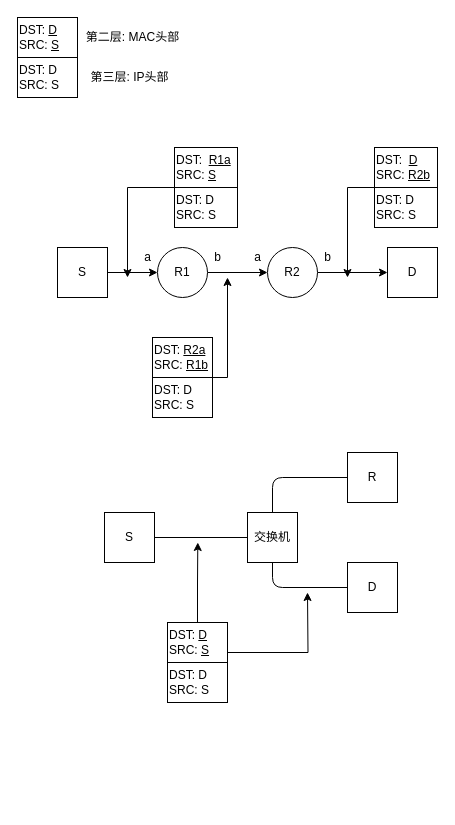
The draw.io diagram Untitled Diagram.drawio in ZhaoLeBoy/my_pics, before the edit. Source tidied: cells renumbered, new cells numbered last; positions are measured from the earlier drawing's top-left corner, leaving out a move shared by most shapes. Both pictures are drawn from the tidied source at 100%, with x=0, y=0 at pixel (17, 17).
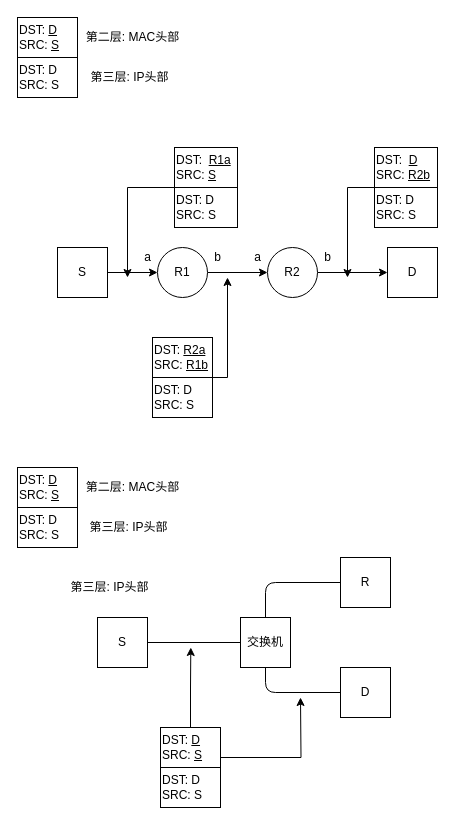
After the change.

What changed in the source:
```diff
@@
     <mxCell id="26" value="S" style="whiteSpace=wrap;html=1;" parent="1" vertex="1">
-      <mxGeometry x="87" y="495" width="50" height="50" as="geometry" />
+      <mxGeometry x="80" y="600" width="50" height="50" as="geometry" />
     </mxCell>
     <mxCell id="27" value="D" style="whiteSpace=wrap;html=1;" parent="1" vertex="1">
-      <mxGeometry x="330" y="545" width="50" height="50" as="geometry" />
+      <mxGeometry x="323" y="650" width="50" height="50" as="geometry" />
     </mxCell>
     <mxCell id="28" value="交换机" style="whiteSpace=wrap;html=1;" parent="1" vertex="1">
-      <mxGeometry x="230" y="495" width="50" height="50" as="geometry" />
+      <mxGeometry x="223" y="600" width="50" height="50" as="geometry" />
     </mxCell>
     <mxCell id="29" value="R" style="whiteSpace=wrap;html=1;" parent="1" vertex="1">
-      <mxGeometry x="330" y="435" width="50" height="50" as="geometry" />
+      <mxGeometry x="323" y="540" width="50" height="50" as="geometry" />
     </mxCell>
     <mxCell id="30" style="edgeStyle=orthogonalEdgeStyle;rounded=0;jettySize=auto;html=1;exitX=0.5;exitY=0;exitDx=0;exitDy=0;" parent="1" edge="1" source="32">
       <mxGeometry relative="1" as="geometry">
-        <mxPoint x="180.3" y="525" as="targetPoint" />
+        <mxPoint x="173.3" y="630" as="targetPoint" />
       </mxGeometry>
     </mxCell>
     <mxCell id="31" style="edgeStyle=orthogonalEdgeStyle;rounded=0;jettySize=auto;html=1;exitX=1;exitY=0.75;exitDx=0;exitDy=0;" parent="1" edge="1" source="32">
       <mxGeometry relative="1" as="geometry">
-        <mxPoint x="290" y="575" as="targetPoint" />
+        <mxPoint x="283" y="680" as="targetPoint" />
       </mxGeometry>
     </mxCell>
     <mxCell id="32" value="DST: &lt;u&gt;D&lt;/u&gt;&lt;br&gt;SRC: &lt;u&gt;S&lt;/u&gt;" style="rounded=0;whiteSpace=wrap;html=1;align=left;" parent="1" vertex="1">
-      <mxGeometry x="150" y="605" width="60" height="40" as="geometry" />
+      <mxGeometry x="143" y="710" width="60" height="40" as="geometry" />
     </mxCell>
     <mxCell id="33" value="DST: D&lt;br&gt;SRC: S" style="rounded=0;whiteSpace=wrap;html=1;align=left;" parent="1" vertex="1">
-      <mxGeometry x="150" y="645" width="60" height="40" as="geometry" />
+      <mxGeometry x="143" y="750" width="60" height="40" as="geometry" />
     </mxCell>
@@
     <mxCell id="35" style="endArrow=none;html=1;exitX=0.5;exitY=0;exitDx=0;exitDy=0;entryX=0;entryY=0.5;entryDx=0;entryDy=0;" parent="1" edge="1" source="28" target="29">
       <mxGeometry relative="1" as="geometry">
         <Array as="points">
-          <mxPoint x="255" y="460" />
+          <mxPoint x="248" y="565" />
         </Array>
       </mxGeometry>
     </mxCell>
     <mxCell id="36" style="endArrow=none;html=1;exitX=0.5;exitY=1;exitDx=0;exitDy=0;entryX=0;entryY=0.5;entryDx=0;entryDy=0;" parent="1" edge="1" source="28" target="27">
       <mxGeometry relative="1" as="geometry">
         <Array as="points">
-          <mxPoint x="255" y="570" />
+          <mxPoint x="248" y="675" />
         </Array>
       </mxGeometry>
     </mxCell>
+    <mxCell id="37" value="DST: &lt;u&gt;D&lt;/u&gt;&lt;br&gt;SRC: &lt;u&gt;S&lt;/u&gt;" style="rounded=0;whiteSpace=wrap;html=1;align=left;" parent="1" vertex="1">
+      <mxGeometry y="450" width="60" height="40" as="geometry" />
+    </mxCell>
+    <mxCell id="38" value="DST: D&lt;br&gt;SRC: S" style="rounded=0;whiteSpace=wrap;html=1;align=left;" parent="1" vertex="1">
+      <mxGeometry y="490" width="60" height="40" as="geometry" />
+    </mxCell>
+    <mxCell id="39" value="第二层: MAC头部" style="text;html=1;align=center;verticalAlign=middle;" parent="1" vertex="1">
+      <mxGeometry x="60" y="460" width="110" height="20" as="geometry" />
+    </mxCell>
+    <mxCell id="40" value="第三层: IP头部" style="text;html=1;align=center;verticalAlign=middle;" parent="1" vertex="1">
+      <mxGeometry x="47" y="560" width="90" height="20" as="geometry" />
+    </mxCell>
+    <mxCell id="41" value="第三层: IP头部" style="text;html=1;align=center;verticalAlign=middle;" parent="1" vertex="1">
+      <mxGeometry x="66" y="500" width="90" height="20" as="geometry" />
+    </mxCell>
```
